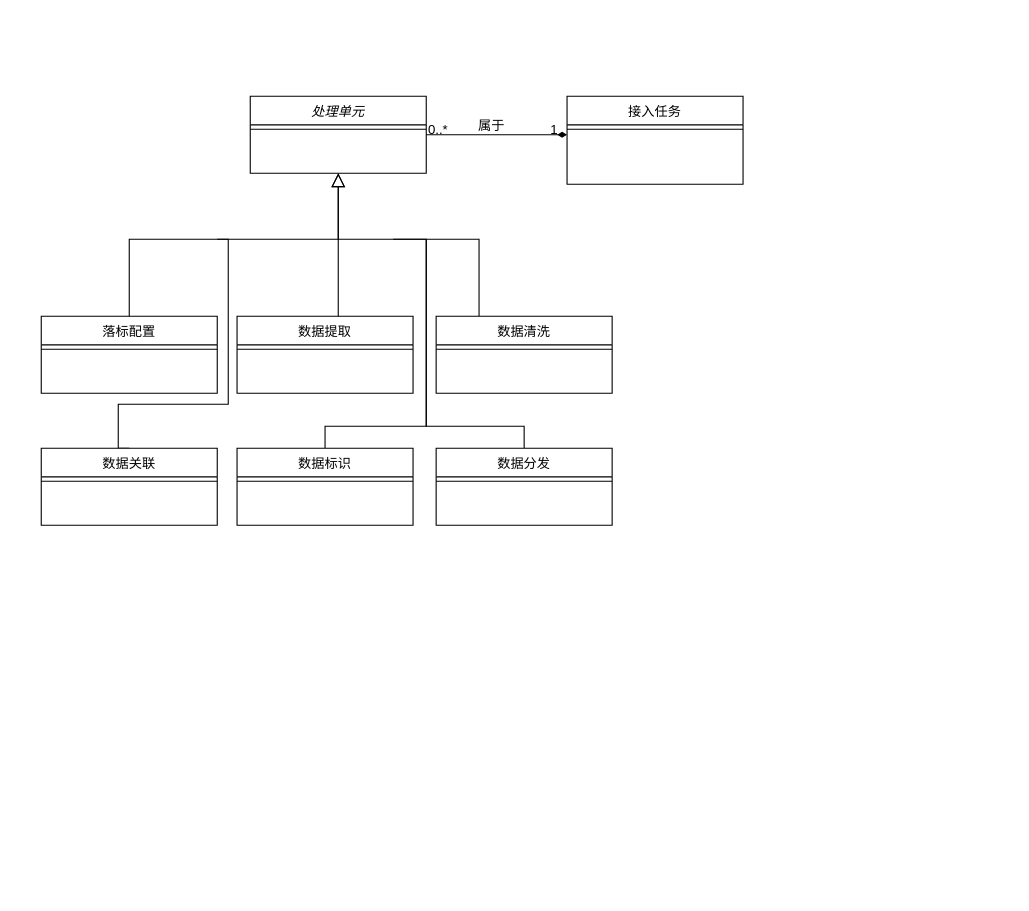
Before: page "领域模型" (1 of 2) of DMS Class.drawio in tianch731/DMS, a draw.io diagram. Source tidied: cells renumbered, new cells numbered last; positions are measured from the earlier drawing's top-left corner, leaving out a move shared by most shapes. Both pictures are drawn from the tidied source at 110%, with x=0, y=0 at pixel (41, 96).
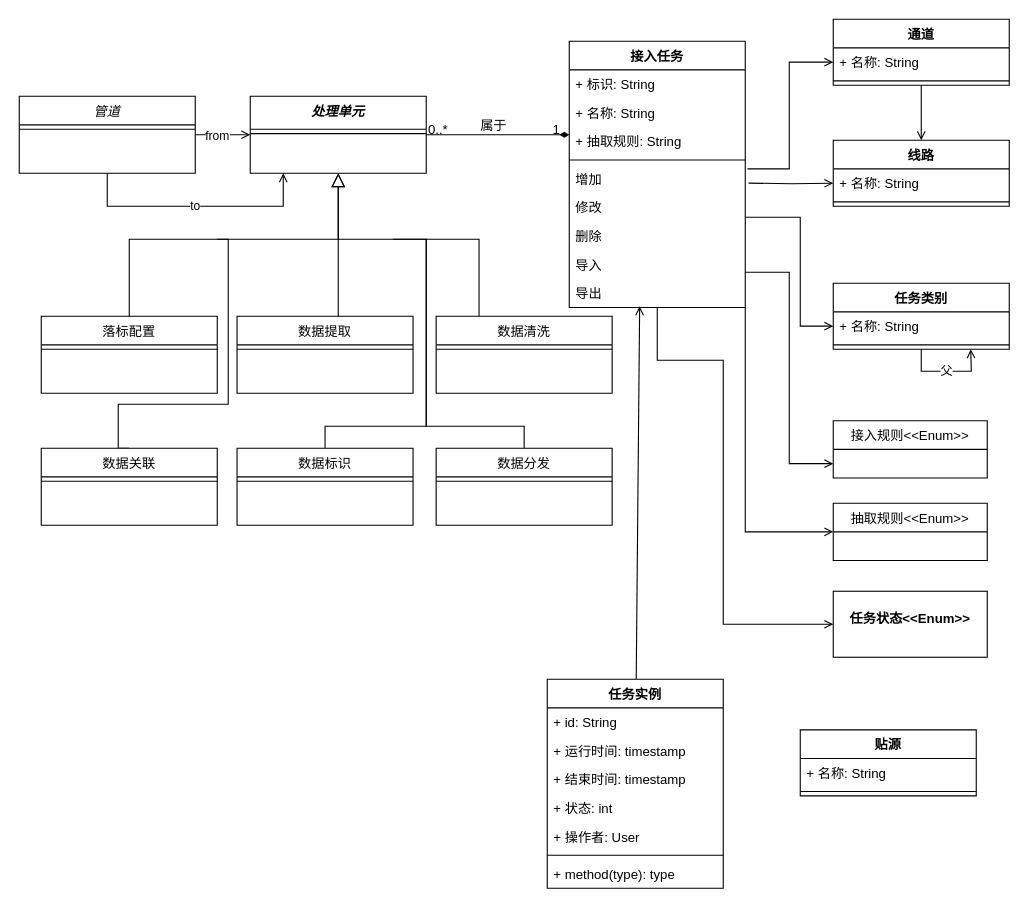
Above is the later version.

What changed in the source:
```diff
@@
-    <mxCell id="2" value="处理单元" style="swimlane;fontStyle=2;align=center;verticalAlign=top;horizontal=1;startSize=26;rounded=0;shadow=0;strokeWidth=1;" parent="1" vertex="1">
+    <mxCell id="2" value="处理单元" style="swimlane;fontStyle=3;align=center;verticalAlign=top;horizontal=1;startSize=30;rounded=0;shadow=0;strokeWidth=1;" parent="1" vertex="1">
       <mxGeometry x="190" width="160" height="70" as="geometry" />
     </mxCell>
     <mxCell id="3" style="line;html=1;strokeWidth=1;align=left;verticalAlign=middle;spacingTop=-1;spacingLeft=3;spacingRight=3;labelPosition=right;" parent="2" vertex="1">
-      <mxGeometry y="26" width="160" height="8" as="geometry" />
+      <mxGeometry y="30" width="160" height="8" as="geometry" />
     </mxCell>
@@
-    <mxCell id="10" value="接入任务" style="swimlane;fontStyle=0;align=center;verticalAlign=top;horizontal=1;startSize=26;rounded=0;shadow=0;strokeWidth=1;" parent="1" vertex="1">
-      <mxGeometry x="478" width="160" height="80" as="geometry" />
-    </mxCell>
-    <mxCell id="11" style="line;html=1;strokeWidth=1;align=left;verticalAlign=middle;spacingTop=-1;spacingLeft=3;spacingRight=3;labelPosition=right;" parent="10" vertex="1">
-      <mxGeometry y="26" width="160" height="8" as="geometry" />
-    </mxCell>
-    <mxCell id="12" style="endArrow=diamondThin;shadow=0;strokeWidth=1;rounded=0;endFill=1;edgeStyle=elbowEdgeStyle;elbow=vertical;" parent="1" edge="1" source="2" target="10">
+    <mxCell id="12" style="endArrow=diamondThin;shadow=0;strokeWidth=1;rounded=0;endFill=1;edgeStyle=elbowEdgeStyle;elbow=vertical;" parent="1" edge="1" source="2">
       <mxGeometry x="0.5" y="41" relative="1" as="geometry">
+        <mxPoint x="480" y="35" as="targetPoint" />
         <mxPoint x="-40" y="32" as="offset" />
       </mxGeometry>
     </mxCell>
@@
+    <mxCell id="28" style="edgeStyle=orthogonalEdgeStyle;rounded=0;jettySize=auto;html=1;exitX=1;exitY=0.5;exitDx=0;exitDy=0;entryX=0;entryY=0.5;entryDx=0;entryDy=0;endArrow=open;endFill=0;" parent="1" edge="1" source="31" target="2">
+      <mxGeometry relative="1" as="geometry" />
+    </mxCell>
+    <mxCell id="29" value="from" style="edgeLabel;html=1;align=center;verticalAlign=middle;" parent="28" vertex="1">
+      <mxGeometry x="-0.24" relative="1" as="geometry" />
+    </mxCell>
+    <mxCell id="30" value="to" style="edgeStyle=orthogonalEdgeStyle;rounded=0;jettySize=auto;html=1;endArrow=open;endFill=0;" parent="1" edge="1" source="31">
+      <mxGeometry relative="1" as="geometry">
+        <mxPoint x="220" y="70" as="targetPoint" />
+        <Array as="points">
+          <mxPoint x="60" y="100" />
+          <mxPoint x="220" y="100" />
+        </Array>
+      </mxGeometry>
+    </mxCell>
+    <mxCell id="31" value="管道" style="swimlane;fontStyle=2;align=center;verticalAlign=top;horizontal=1;startSize=26;rounded=0;shadow=0;strokeWidth=1;" parent="1" vertex="1">
+      <mxGeometry x="-20" width="160" height="70" as="geometry" />
+    </mxCell>
+    <mxCell id="11" style="line;html=1;strokeWidth=1;align=left;verticalAlign=middle;spacingTop=-1;spacingLeft=3;spacingRight=3;labelPosition=right;" parent="31" vertex="1">
+      <mxGeometry y="26" width="160" height="8" as="geometry" />
+    </mxCell>
+    <mxCell id="32" style="edgeStyle=orthogonalEdgeStyle;rounded=0;jettySize=auto;html=1;entryX=0;entryY=0.5;entryDx=0;entryDy=0;endArrow=open;endFill=0;" parent="1" edge="1" source="10" target="55">
+      <mxGeometry relative="1" as="geometry">
+        <Array as="points">
+          <mxPoint x="690" y="110" />
+          <mxPoint x="690" y="209" />
+        </Array>
+      </mxGeometry>
+    </mxCell>
+    <mxCell id="33" style="edgeStyle=orthogonalEdgeStyle;rounded=0;jettySize=auto;html=1;entryX=0;entryY=0.75;entryDx=0;entryDy=0;endArrow=open;endFill=0;" parent="1" edge="1" source="10" target="58">
+      <mxGeometry relative="1" as="geometry">
+        <Array as="points">
+          <mxPoint x="680" y="160" />
+          <mxPoint x="680" y="334" />
+        </Array>
+      </mxGeometry>
+    </mxCell>
+    <mxCell id="34" style="edgeStyle=orthogonalEdgeStyle;rounded=0;jettySize=auto;html=1;entryX=0;entryY=0.5;entryDx=0;entryDy=0;endArrow=open;endFill=0;" parent="1" edge="1" source="10" target="59">
+      <mxGeometry relative="1" as="geometry">
+        <Array as="points">
+          <mxPoint x="560" y="190" />
+          <mxPoint x="640" y="190" />
+          <mxPoint x="640" y="396" />
+        </Array>
+      </mxGeometry>
+    </mxCell>
+    <mxCell id="35" style="edgeStyle=orthogonalEdgeStyle;rounded=0;jettySize=auto;html=1;entryX=0;entryY=0.5;entryDx=0;entryDy=0;endArrow=open;endFill=0;" parent="1" edge="1" source="10" target="60">
+      <mxGeometry relative="1" as="geometry">
+        <Array as="points">
+          <mxPoint x="560" y="240" />
+          <mxPoint x="620" y="240" />
+          <mxPoint x="620" y="480" />
+        </Array>
+      </mxGeometry>
+    </mxCell>
+    <mxCell id="10" value="接入任务" style="swimlane;fontStyle=1;align=center;verticalAlign=top;horizontal=1;startSize=26;" parent="1" vertex="1">
+      <mxGeometry x="480" y="-50" width="160" height="242" as="geometry" />
+    </mxCell>
+    <mxCell id="36" value="+ 标识: String" style="text;strokeColor=none;fillColor=none;align=left;verticalAlign=top;spacingLeft=4;spacingRight=4;overflow=hidden;" parent="10" vertex="1">
+      <mxGeometry y="26" width="160" height="26" as="geometry" />
+    </mxCell>
+    <mxCell id="37" value="+ 名称: String" style="text;strokeColor=none;fillColor=none;align=left;verticalAlign=top;spacingLeft=4;spacingRight=4;overflow=hidden;" parent="10" vertex="1">
+      <mxGeometry y="52" width="160" height="26" as="geometry" />
+    </mxCell>
+    <mxCell id="38" value="+ 抽取规则: String" style="text;strokeColor=none;fillColor=none;align=left;verticalAlign=top;spacingLeft=4;spacingRight=4;overflow=hidden;" parent="10" vertex="1">
+      <mxGeometry y="78" width="160" height="26" as="geometry" />
+    </mxCell>
+    <mxCell id="39" style="line;strokeWidth=1;fillColor=none;align=left;verticalAlign=middle;spacingTop=-1;spacingLeft=3;spacingRight=3;labelPosition=right;" parent="10" vertex="1">
+      <mxGeometry y="104" width="160" height="8" as="geometry" />
+    </mxCell>
+    <mxCell id="40" value="增加" style="text;strokeColor=none;fillColor=none;align=left;verticalAlign=top;spacingLeft=4;spacingRight=4;overflow=hidden;" parent="10" vertex="1">
+      <mxGeometry y="112" width="160" height="26" as="geometry" />
+    </mxCell>
+    <mxCell id="41" value="修改" style="text;strokeColor=none;fillColor=none;align=left;verticalAlign=top;spacingLeft=4;spacingRight=4;overflow=hidden;" parent="10" vertex="1">
+      <mxGeometry y="138" width="160" height="26" as="geometry" />
+    </mxCell>
+    <mxCell id="42" value="删除" style="text;strokeColor=none;fillColor=none;align=left;verticalAlign=top;spacingLeft=4;spacingRight=4;overflow=hidden;" parent="10" vertex="1">
+      <mxGeometry y="164" width="160" height="26" as="geometry" />
+    </mxCell>
+    <mxCell id="43" value="导入" style="text;strokeColor=none;fillColor=none;align=left;verticalAlign=top;spacingLeft=4;spacingRight=4;overflow=hidden;" parent="10" vertex="1">
+      <mxGeometry y="190" width="160" height="26" as="geometry" />
+    </mxCell>
+    <mxCell id="44" value="导出" style="text;strokeColor=none;fillColor=none;align=left;verticalAlign=top;spacingLeft=4;spacingRight=4;overflow=hidden;points=[[0,0.5],[1,0.5]];portConstraint=eastwest;" parent="10" vertex="1">
+      <mxGeometry y="216" width="160" height="26" as="geometry" />
+    </mxCell>
+    <mxCell id="45" style="edgeStyle=none;rounded=0;jettySize=auto;html=1;endArrow=open;endFill=0;" parent="1" edge="1" source="46" target="49">
+      <mxGeometry relative="1" as="geometry" />
+    </mxCell>
+    <mxCell id="46" value="通道" style="swimlane;fontStyle=1;align=center;verticalAlign=top;horizontal=1;startSize=26;" parent="1" vertex="1">
+      <mxGeometry x="720" y="-70" width="160" height="60" as="geometry" />
+    </mxCell>
+    <mxCell id="47" value="+ 名称: String" style="text;strokeColor=none;fillColor=none;align=left;verticalAlign=top;spacingLeft=4;spacingRight=4;overflow=hidden;points=[[0,0.5],[1,0.5]];portConstraint=eastwest;" parent="46" vertex="1">
+      <mxGeometry y="26" width="160" height="26" as="geometry" />
+    </mxCell>
+    <mxCell id="48" style="line;strokeWidth=1;fillColor=none;align=left;verticalAlign=middle;spacingTop=-1;spacingLeft=3;spacingRight=3;labelPosition=right;" parent="46" vertex="1">
+      <mxGeometry y="52" width="160" height="8" as="geometry" />
+    </mxCell>
+    <mxCell id="49" value="线路" style="swimlane;fontStyle=1;align=center;verticalAlign=top;horizontal=1;startSize=26;" parent="1" vertex="1">
+      <mxGeometry x="720" y="40" width="160" height="60" as="geometry" />
+    </mxCell>
+    <mxCell id="50" value="+ 名称: String" style="text;strokeColor=none;fillColor=none;align=left;verticalAlign=top;spacingLeft=4;spacingRight=4;overflow=hidden;points=[[0,0.5],[1,0.5]];portConstraint=eastwest;" parent="49" vertex="1">
+      <mxGeometry y="26" width="160" height="26" as="geometry" />
+    </mxCell>
+    <mxCell id="51" style="line;strokeWidth=1;fillColor=none;align=left;verticalAlign=middle;spacingTop=-1;spacingLeft=3;spacingRight=3;labelPosition=right;" parent="49" vertex="1">
+      <mxGeometry y="52" width="160" height="8" as="geometry" />
+    </mxCell>
+    <mxCell id="52" style="edgeStyle=orthogonalEdgeStyle;rounded=0;jettySize=auto;html=1;entryX=0;entryY=0.5;entryDx=0;entryDy=0;endArrow=open;endFill=0;" parent="1" edge="1" target="47">
+      <mxGeometry relative="1" as="geometry">
+        <mxPoint x="642" y="66" as="sourcePoint" />
+        <Array as="points">
+          <mxPoint x="680" y="66" />
+          <mxPoint x="680" y="-31" />
+        </Array>
+      </mxGeometry>
+    </mxCell>
+    <mxCell id="53" style="edgeStyle=orthogonalEdgeStyle;rounded=0;jettySize=auto;html=1;entryX=0;entryY=0.5;entryDx=0;entryDy=0;endArrow=open;endFill=0;" parent="1" edge="1" target="50">
+      <mxGeometry relative="1" as="geometry">
+        <mxPoint x="643" y="79" as="sourcePoint" />
+      </mxGeometry>
+    </mxCell>
+    <mxCell id="54" value="任务类别" style="swimlane;fontStyle=1;align=center;verticalAlign=top;horizontal=1;startSize=26;" parent="1" vertex="1">
+      <mxGeometry x="720" y="170" width="160" height="60" as="geometry" />
+    </mxCell>
+    <mxCell id="55" value="+ 名称: String" style="text;strokeColor=none;fillColor=none;align=left;verticalAlign=top;spacingLeft=4;spacingRight=4;overflow=hidden;points=[[0,0.5],[1,0.5]];portConstraint=eastwest;" parent="54" vertex="1">
+      <mxGeometry y="26" width="160" height="26" as="geometry" />
+    </mxCell>
+    <mxCell id="56" style="line;strokeWidth=1;fillColor=none;align=left;verticalAlign=middle;spacingTop=-1;spacingLeft=3;spacingRight=3;labelPosition=right;" parent="54" vertex="1">
+      <mxGeometry y="52" width="160" height="8" as="geometry" />
+    </mxCell>
+    <mxCell id="57" value="父" style="edgeStyle=orthogonalEdgeStyle;rounded=0;jettySize=auto;html=1;endArrow=open;endFill=0;" parent="54" edge="1" source="54">
+      <mxGeometry relative="1" as="geometry">
+        <mxPoint x="125" y="60" as="targetPoint" />
+      </mxGeometry>
+    </mxCell>
+    <mxCell id="58" value="接入规则&lt;&lt;Enum&gt;&gt;" style="swimlane;fontStyle=0;horizontal=1;startSize=26;fillColor=none;" parent="1" vertex="1">
+      <mxGeometry x="720" y="295" width="140" height="52" as="geometry" />
+    </mxCell>
+    <mxCell id="59" value="抽取规则&lt;&lt;Enum&gt;&gt;" style="swimlane;fontStyle=0;horizontal=1;startSize=26;fillColor=none;" parent="1" vertex="1">
+      <mxGeometry x="720" y="370" width="140" height="52" as="geometry" />
+    </mxCell>
+    <mxCell id="60" value="&lt;p style=&quot;margin: 0px ; margin-top: 4px ; text-align: center&quot;&gt;&lt;br&gt;&lt;b&gt;任务状态&amp;lt;&amp;lt;Enum&amp;gt;&amp;gt;&lt;/b&gt;&lt;/p&gt;" style="verticalAlign=top;align=left;overflow=fill;fontSize=12;fontFamily=Helvetica;html=1;" parent="1" vertex="1">
+      <mxGeometry x="720" y="450" width="140" height="60" as="geometry" />
+    </mxCell>
+    <mxCell id="61" style="rounded=0;jettySize=auto;html=1;endArrow=open;endFill=0;entryX=0.4;entryY=0.962;entryDx=0;entryDy=0;entryPerimeter=0;" parent="1" edge="1" source="62" target="44">
+      <mxGeometry relative="1" as="geometry" />
+    </mxCell>
+    <mxCell id="62" value="任务实例" style="swimlane;fontStyle=1;align=center;verticalAlign=top;horizontal=1;startSize=26;" parent="1" vertex="1">
+      <mxGeometry x="460" y="530" width="160" height="190" as="geometry" />
+    </mxCell>
+    <mxCell id="63" value="+ id: String" style="text;strokeColor=none;fillColor=none;align=left;verticalAlign=top;spacingLeft=4;spacingRight=4;overflow=hidden;" parent="62" vertex="1">
+      <mxGeometry y="26" width="160" height="26" as="geometry" />
+    </mxCell>
+    <mxCell id="64" value="+ 运行时间: timestamp" style="text;strokeColor=none;fillColor=none;align=left;verticalAlign=top;spacingLeft=4;spacingRight=4;overflow=hidden;" parent="62" vertex="1">
+      <mxGeometry y="52" width="160" height="26" as="geometry" />
+    </mxCell>
+    <mxCell id="65" value="+ 结束时间: timestamp" style="text;strokeColor=none;fillColor=none;align=left;verticalAlign=top;spacingLeft=4;spacingRight=4;overflow=hidden;" parent="62" vertex="1">
+      <mxGeometry y="78" width="160" height="26" as="geometry" />
+    </mxCell>
+    <mxCell id="66" value="+ 状态: int" style="text;strokeColor=none;fillColor=none;align=left;verticalAlign=top;spacingLeft=4;spacingRight=4;overflow=hidden;" parent="62" vertex="1">
+      <mxGeometry y="104" width="160" height="26" as="geometry" />
+    </mxCell>
+    <mxCell id="67" value="+ 操作者: User" style="text;strokeColor=none;fillColor=none;align=left;verticalAlign=top;spacingLeft=4;spacingRight=4;overflow=hidden;" parent="62" vertex="1">
+      <mxGeometry y="130" width="160" height="26" as="geometry" />
+    </mxCell>
+    <mxCell id="68" style="line;strokeWidth=1;fillColor=none;align=left;verticalAlign=middle;spacingTop=-1;spacingLeft=3;spacingRight=3;labelPosition=right;" parent="62" vertex="1">
+      <mxGeometry y="156" width="160" height="8" as="geometry" />
+    </mxCell>
+    <mxCell id="69" value="+ method(type): type" style="text;strokeColor=none;fillColor=none;align=left;verticalAlign=top;spacingLeft=4;spacingRight=4;overflow=hidden;" parent="62" vertex="1">
+      <mxGeometry y="164" width="160" height="26" as="geometry" />
+    </mxCell>
+    <mxCell id="70" value="贴源" style="swimlane;fontStyle=1;align=center;verticalAlign=top;horizontal=1;startSize=26;" parent="1" vertex="1">
+      <mxGeometry x="690" y="576" width="160" height="60" as="geometry" />
+    </mxCell>
+    <mxCell id="71" value="+ 名称: String" style="text;strokeColor=none;fillColor=none;align=left;verticalAlign=top;spacingLeft=4;spacingRight=4;overflow=hidden;" parent="70" vertex="1">
+      <mxGeometry y="26" width="160" height="26" as="geometry" />
+    </mxCell>
+    <mxCell id="72" style="line;strokeWidth=1;fillColor=none;align=left;verticalAlign=middle;spacingTop=-1;spacingLeft=3;spacingRight=3;labelPosition=right;" parent="70" vertex="1">
+      <mxGeometry y="52" width="160" height="8" as="geometry" />
+    </mxCell>
```
